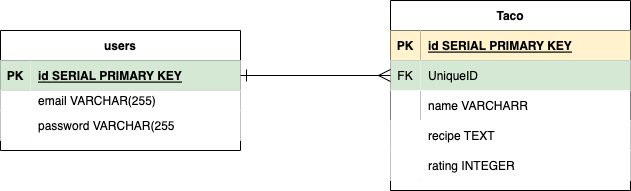
This is ERD.drawio.png from kokopuffz/Project2, a draw.io export, as it was before one commit. Source tidied: cells renumbered, new cells last; positions are measured from the earlier drawing's top-left corner, leaving out a move shared by most shapes.
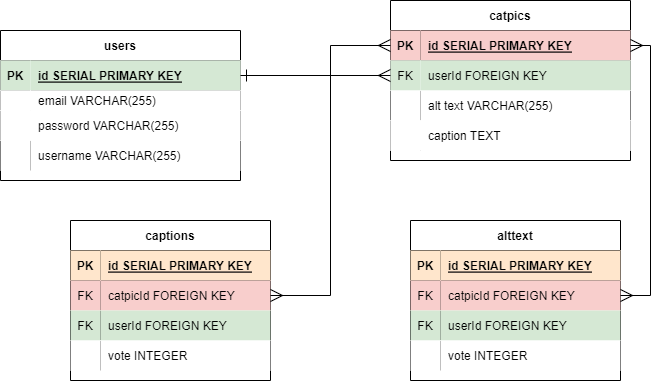
After the change.

Change to the diagram source:
```diff
@@ -3,7 +3,7 @@
     <mxCell id="0" />
     <mxCell id="1" parent="0" />
     <mxCell id="2" value="users" style="shape=table;startSize=30;rowLines=0;fontStyle=1;align=center;" parent="1" vertex="1">
-      <mxGeometry y="30" width="240" height="120" as="geometry" />
+      <mxGeometry y="30" width="240" height="150" as="geometry" />
     </mxCell>
     <mxCell id="3" style="shape=tableRow;horizontal=0;startSize=0;swimlaneHead=0;swimlaneBody=0;points=[[0,0.5],[1,0.5]];portConstraint=eastwest;top=0;left=0;right=0;bottom=1;" parent="2" vertex="1">
       <mxGeometry y="30" width="240" height="30" as="geometry" />
@@ -29,19 +29,28 @@
     <mxCell id="10" style="shape=partialRectangle;top=0;left=0;bottom=0;right=0;overflow=hidden;" parent="9" vertex="1">
       <mxGeometry width="30" height="30" as="geometry" />
     </mxCell>
-    <mxCell id="11" value="password VARCHAR(255" style="shape=partialRectangle;top=0;left=0;bottom=0;right=0;align=left;spacingLeft=6;overflow=hidden;" parent="9" vertex="1">
+    <mxCell id="11" value="password VARCHAR(255)" style="shape=partialRectangle;top=0;left=0;bottom=0;right=0;align=left;spacingLeft=6;overflow=hidden;" parent="9" vertex="1">
       <mxGeometry x="30" width="210" height="30" as="geometry" />
     </mxCell>
+    <mxCell id="29" style="shape=tableRow;horizontal=0;startSize=0;swimlaneHead=0;swimlaneBody=0;fillColor=none;top=0;left=0;right=0;bottom=0;" parent="2" vertex="1">
+      <mxGeometry y="110" width="240" height="30" as="geometry" />
+    </mxCell>
+    <mxCell id="30" style="shape=partialRectangle;top=0;left=0;bottom=0;right=0;overflow=hidden;" parent="29" vertex="1">
+      <mxGeometry width="30" height="30" as="geometry" />
+    </mxCell>
+    <mxCell id="31" value="username VARCHAR(255)" style="shape=partialRectangle;top=0;left=0;bottom=0;right=0;align=left;spacingLeft=6;overflow=hidden;" parent="29" vertex="1">
+      <mxGeometry x="30" width="210" height="30" as="geometry" />
+    </mxCell>
-    <mxCell id="12" value="Taco" style="shape=table;startSize=30;rowLines=0;fontStyle=1;align=center;" parent="1" vertex="1">
-      <mxGeometry x="390" width="240" height="190" as="geometry" />
+    <mxCell id="12" value="catpics" style="shape=table;startSize=30;rowLines=0;fontStyle=1;align=center;" parent="1" vertex="1">
+      <mxGeometry x="390" width="240" height="160" as="geometry" />
     </mxCell>
     <mxCell id="13" style="shape=tableRow;horizontal=0;startSize=0;swimlaneHead=0;swimlaneBody=0;fillColor=none;points=[[0,0.5],[1,0.5]];portConstraint=eastwest;top=0;left=0;right=0;bottom=1;" parent="12" vertex="1">
       <mxGeometry y="30" width="240" height="30" as="geometry" />
     </mxCell>
-    <mxCell id="14" value="PK" style="shape=partialRectangle;fillColor=#fff2cc;top=0;left=0;bottom=0;right=0;fontStyle=1;overflow=hidden;strokeColor=#d6b656;" parent="13" vertex="1">
+    <mxCell id="14" value="PK" style="shape=partialRectangle;fillColor=#f8cecc;top=0;left=0;bottom=0;right=0;fontStyle=1;overflow=hidden;strokeColor=#b85450;" parent="13" vertex="1">
       <mxGeometry width="30" height="30" as="geometry" />
     </mxCell>
-    <mxCell id="15" value="id SERIAL PRIMARY KEY" style="shape=partialRectangle;fillColor=#fff2cc;top=0;left=0;bottom=0;right=0;align=left;spacingLeft=6;fontStyle=5;overflow=hidden;strokeColor=#d6b656;" parent="13" vertex="1">
+    <mxCell id="15" value="id SERIAL PRIMARY KEY" style="shape=partialRectangle;fillColor=#f8cecc;top=0;left=0;bottom=0;right=0;align=left;spacingLeft=6;fontStyle=5;overflow=hidden;strokeColor=#b85450;" parent="13" vertex="1">
       <mxGeometry x="30" width="210" height="30" as="geometry" />
     </mxCell>
     <mxCell id="16" style="shape=tableRow;horizontal=0;startSize=0;swimlaneHead=0;swimlaneBody=0;points=[[0,0.5],[1,0.5]];portConstraint=eastwest;top=0;left=0;right=0;bottom=0;" parent="12" vertex="1">
@@ -50,7 +59,7 @@
     <mxCell id="17" value="FK" style="shape=partialRectangle;fillColor=#d5e8d4;top=0;left=0;bottom=0;right=0;fontStyle=0;overflow=hidden;strokeColor=#82b366;" parent="16" vertex="1">
       <mxGeometry width="30" height="30" as="geometry" />
     </mxCell>
-    <mxCell id="18" value="UniqueID" style="shape=partialRectangle;fillColor=#d5e8d4;top=0;left=0;bottom=0;right=0;align=left;spacingLeft=6;fontStyle=0;overflow=hidden;strokeColor=#82b366;" parent="16" vertex="1">
+    <mxCell id="18" value="userId FOREIGN KEY" style="shape=partialRectangle;fillColor=#d5e8d4;top=0;left=0;bottom=0;right=0;align=left;spacingLeft=6;fontStyle=0;overflow=hidden;strokeColor=#82b366;" parent="16" vertex="1">
       <mxGeometry x="30" width="210" height="30" as="geometry" />
     </mxCell>
     <mxCell id="19" style="shape=tableRow;horizontal=0;startSize=0;swimlaneHead=0;swimlaneBody=0;fillColor=none;top=0;left=0;right=0;bottom=0;" parent="12" vertex="1">
@@ -59,7 +68,7 @@
     <mxCell id="20" style="shape=partialRectangle;top=0;left=0;bottom=0;right=0;overflow=hidden;" parent="19" vertex="1">
       <mxGeometry width="30" height="30" as="geometry" />
     </mxCell>
-    <mxCell id="21" value="name VARCHARR" style="shape=partialRectangle;top=0;left=0;bottom=0;right=0;align=left;spacingLeft=6;overflow=hidden;" parent="19" vertex="1">
+    <mxCell id="21" value="alt text VARCHAR(255)" style="shape=partialRectangle;top=0;left=0;bottom=0;right=0;align=left;spacingLeft=6;overflow=hidden;" parent="19" vertex="1">
       <mxGeometry x="30" width="210" height="30" as="geometry" />
     </mxCell>
     <mxCell id="22" style="shape=tableRow;horizontal=0;startSize=0;swimlaneHead=0;swimlaneBody=0;top=0;left=0;right=0;bottom=0;" parent="12" vertex="1">
@@ -68,20 +77,95 @@
     <mxCell id="23" style="shape=partialRectangle;top=0;left=0;bottom=0;right=0;overflow=hidden;" parent="22" vertex="1">
       <mxGeometry width="30" height="30" as="geometry" />
     </mxCell>
-    <mxCell id="24" value="recipe TEXT" style="shape=partialRectangle;top=0;left=0;bottom=0;right=0;align=left;spacingLeft=6;overflow=hidden;" parent="22" vertex="1">
+    <mxCell id="24" value="caption TEXT" style="shape=partialRectangle;top=0;left=0;bottom=0;right=0;align=left;spacingLeft=6;overflow=hidden;" parent="22" vertex="1">
       <mxGeometry x="30" width="210" height="30" as="geometry" />
     </mxCell>
-    <mxCell id="25" style="shape=tableRow;horizontal=0;startSize=0;swimlaneHead=0;swimlaneBody=0;top=0;left=0;right=0;bottom=0;" parent="12" vertex="1">
-      <mxGeometry y="150" width="240" height="30" as="geometry" />
-    </mxCell>
-    <mxCell id="26" style="shape=partialRectangle;top=0;left=0;bottom=0;right=0;overflow=hidden;" parent="25" vertex="1">
-      <mxGeometry width="30" height="30" as="geometry" />
-    </mxCell>
-    <mxCell id="27" value="rating INTEGER" style="shape=partialRectangle;top=0;left=0;bottom=0;right=0;align=left;spacingLeft=6;overflow=hidden;" parent="25" vertex="1">
-      <mxGeometry x="30" width="210" height="30" as="geometry" />
-    </mxCell>
     <mxCell id="28" style="edgeStyle=orthogonalEdgeStyle;rounded=0;jettySize=auto;html=1;entryX=0;entryY=0.5;entryDx=0;entryDy=0;endArrow=ERmany;endFill=0;startArrow=ERone;startFill=0;endSize=10;startSize=10;" parent="1" edge="1" source="3" target="16">
       <mxGeometry relative="1" as="geometry" />
     </mxCell>
+    <mxCell id="32" value="captions" style="shape=table;startSize=30;rowLines=0;fontStyle=1;align=center;" parent="1" vertex="1">
+      <mxGeometry x="70" y="220" width="200" height="160" as="geometry" />
+    </mxCell>
+    <mxCell id="33" style="shape=tableRow;horizontal=0;startSize=0;swimlaneHead=0;swimlaneBody=0;fillColor=none;top=0;left=0;right=0;bottom=1;" parent="32" vertex="1">
+      <mxGeometry y="30" width="200" height="30" as="geometry" />
+    </mxCell>
+    <mxCell id="34" value="PK" style="shape=partialRectangle;fillColor=#ffe6cc;top=0;left=0;bottom=0;right=0;fontStyle=1;overflow=hidden;strokeColor=#d79b00;" parent="33" vertex="1">
+      <mxGeometry width="30" height="30" as="geometry" />
+    </mxCell>
+    <mxCell id="35" value="id SERIAL PRIMARY KEY" style="shape=partialRectangle;fillColor=#ffe6cc;top=0;left=0;bottom=0;right=0;align=left;spacingLeft=6;fontStyle=5;overflow=hidden;strokeColor=#d79b00;" parent="33" vertex="1">
+      <mxGeometry x="30" width="170" height="30" as="geometry" />
+    </mxCell>
+    <mxCell id="36" style="shape=tableRow;horizontal=0;startSize=0;swimlaneHead=0;swimlaneBody=0;fillColor=none;points=[[0,0.5],[1,0.5]];portConstraint=eastwest;top=0;left=0;right=0;bottom=0;" parent="32" vertex="1">
+      <mxGeometry y="60" width="200" height="30" as="geometry" />
+    </mxCell>
+    <mxCell id="37" value="FK" style="shape=partialRectangle;fillColor=#f8cecc;top=0;left=0;bottom=0;right=0;fontStyle=0;overflow=hidden;strokeColor=#b85450;" parent="36" vertex="1">
+      <mxGeometry width="30" height="30" as="geometry" />
+    </mxCell>
+    <mxCell id="38" value="catpicId FOREIGN KEY" style="shape=partialRectangle;fillColor=#f8cecc;top=0;left=0;bottom=0;right=0;align=left;spacingLeft=6;fontStyle=0;overflow=hidden;strokeColor=#b85450;" parent="36" vertex="1">
+      <mxGeometry x="30" width="170" height="30" as="geometry" />
+    </mxCell>
+    <mxCell id="39" style="shape=tableRow;horizontal=0;startSize=0;swimlaneHead=0;swimlaneBody=0;fillColor=none;top=0;left=0;right=0;bottom=0;" parent="32" vertex="1">
+      <mxGeometry y="90" width="200" height="30" as="geometry" />
+    </mxCell>
+    <mxCell id="40" value="FK" style="shape=partialRectangle;fillColor=#d5e8d4;top=0;left=0;bottom=0;right=0;fontStyle=0;overflow=hidden;strokeColor=#82b366;" parent="39" vertex="1">
+      <mxGeometry width="30" height="30" as="geometry" />
+    </mxCell>
+    <mxCell id="41" value="userId FOREIGN KEY" style="shape=partialRectangle;fillColor=#d5e8d4;top=0;left=0;bottom=0;right=0;align=left;spacingLeft=6;fontStyle=0;overflow=hidden;strokeColor=#82b366;" parent="39" vertex="1">
+      <mxGeometry x="30" width="170" height="30" as="geometry" />
+    </mxCell>
+    <mxCell id="42" style="shape=tableRow;horizontal=0;startSize=0;swimlaneHead=0;swimlaneBody=0;fillColor=none;top=0;left=0;right=0;bottom=0;" parent="32" vertex="1">
+      <mxGeometry y="120" width="200" height="30" as="geometry" />
+    </mxCell>
+    <mxCell id="43" style="shape=partialRectangle;top=0;left=0;bottom=0;right=0;overflow=hidden;" parent="42" vertex="1">
+      <mxGeometry width="30" height="30" as="geometry" />
+    </mxCell>
+    <mxCell id="44" value="vote INTEGER" style="shape=partialRectangle;top=0;left=0;bottom=0;right=0;align=left;spacingLeft=6;overflow=hidden;" parent="42" vertex="1">
+      <mxGeometry x="30" width="170" height="30" as="geometry" />
+    </mxCell>
+    <mxCell id="45" value="alttext" style="shape=table;startSize=30;rowLines=0;fontStyle=1;align=center;" parent="1" vertex="1">
+      <mxGeometry x="410" y="220" width="210" height="160" as="geometry" />
+    </mxCell>
+    <mxCell id="46" style="shape=tableRow;horizontal=0;startSize=0;swimlaneHead=0;swimlaneBody=0;fillColor=none;top=0;left=0;right=0;bottom=1;" parent="45" vertex="1">
+      <mxGeometry y="30" width="210" height="30" as="geometry" />
+    </mxCell>
+    <mxCell id="47" value="PK" style="shape=partialRectangle;fillColor=#ffe6cc;top=0;left=0;bottom=0;right=0;fontStyle=1;overflow=hidden;strokeColor=#d79b00;" parent="46" vertex="1">
+      <mxGeometry width="30" height="30" as="geometry" />
+    </mxCell>
+    <mxCell id="48" value="id SERIAL PRIMARY KEY" style="shape=partialRectangle;fillColor=#ffe6cc;top=0;left=0;bottom=0;right=0;align=left;spacingLeft=6;fontStyle=5;overflow=hidden;strokeColor=#d79b00;" parent="46" vertex="1">
+      <mxGeometry x="30" width="180" height="30" as="geometry" />
+    </mxCell>
+    <mxCell id="49" style="shape=tableRow;horizontal=0;startSize=0;swimlaneHead=0;swimlaneBody=0;fillColor=none;points=[[0,0.5],[1,0.5]];portConstraint=eastwest;top=0;left=0;right=0;bottom=0;" parent="45" vertex="1">
+      <mxGeometry y="60" width="210" height="30" as="geometry" />
+    </mxCell>
+    <mxCell id="50" value="FK" style="shape=partialRectangle;fillColor=#f8cecc;top=0;left=0;bottom=0;right=0;fontStyle=0;overflow=hidden;strokeColor=#b85450;" parent="49" vertex="1">
+      <mxGeometry width="30" height="30" as="geometry" />
+    </mxCell>
+    <mxCell id="51" value="catpicId FOREIGN KEY" style="shape=partialRectangle;fillColor=#f8cecc;top=0;left=0;bottom=0;right=0;align=left;spacingLeft=6;fontStyle=0;overflow=hidden;strokeColor=#b85450;" parent="49" vertex="1">
+      <mxGeometry x="30" width="180" height="30" as="geometry" />
+    </mxCell>
+    <mxCell id="52" style="shape=tableRow;horizontal=0;startSize=0;swimlaneHead=0;swimlaneBody=0;fillColor=none;top=0;left=0;right=0;bottom=0;" parent="45" vertex="1">
+      <mxGeometry y="90" width="210" height="30" as="geometry" />
+    </mxCell>
+    <mxCell id="53" value="FK" style="shape=partialRectangle;fillColor=#d5e8d4;top=0;left=0;bottom=0;right=0;fontStyle=0;overflow=hidden;strokeColor=#82b366;" parent="52" vertex="1">
+      <mxGeometry width="30" height="30" as="geometry" />
+    </mxCell>
+    <mxCell id="54" value="userId FOREIGN KEY" style="shape=partialRectangle;fillColor=#d5e8d4;top=0;left=0;bottom=0;right=0;align=left;spacingLeft=6;fontStyle=0;overflow=hidden;strokeColor=#82b366;" parent="52" vertex="1">
+      <mxGeometry x="30" width="180" height="30" as="geometry" />
+    </mxCell>
+    <mxCell id="55" style="shape=tableRow;horizontal=0;startSize=0;swimlaneHead=0;swimlaneBody=0;fillColor=none;top=0;left=0;right=0;bottom=0;" parent="45" vertex="1">
+      <mxGeometry y="120" width="210" height="30" as="geometry" />
+    </mxCell>
+    <mxCell id="56" style="shape=partialRectangle;top=0;left=0;bottom=0;right=0;overflow=hidden;" parent="55" vertex="1">
+      <mxGeometry width="30" height="30" as="geometry" />
+    </mxCell>
+    <mxCell id="57" value="vote INTEGER" style="shape=partialRectangle;top=0;left=0;bottom=0;right=0;align=left;spacingLeft=6;overflow=hidden;" parent="55" vertex="1">
+      <mxGeometry x="30" width="180" height="30" as="geometry" />
+    </mxCell>
+    <mxCell id="58" style="edgeStyle=orthogonalEdgeStyle;rounded=0;jettySize=auto;html=1;exitX=0;exitY=0.5;exitDx=0;exitDy=0;entryX=1;entryY=0.5;entryDx=0;entryDy=0;startArrow=ERmany;startFill=0;endArrow=ERmany;endFill=0;startSize=10;endSize=10;strokeWidth=1;" parent="1" edge="1" source="13" target="36">
+      <mxGeometry relative="1" as="geometry" />
+    </mxCell>
+    <mxCell id="59" style="edgeStyle=orthogonalEdgeStyle;rounded=0;jettySize=auto;html=1;exitX=1;exitY=0.5;exitDx=0;exitDy=0;entryX=1;entryY=0.5;entryDx=0;entryDy=0;startArrow=ERmany;startFill=0;endArrow=ERmany;endFill=0;startSize=10;endSize=10;strokeWidth=1;" parent="1" edge="1" source="13" target="49">
+      <mxGeometry relative="1" as="geometry" />
+    </mxCell>
   </root>
 </mxGraphModel>
```
